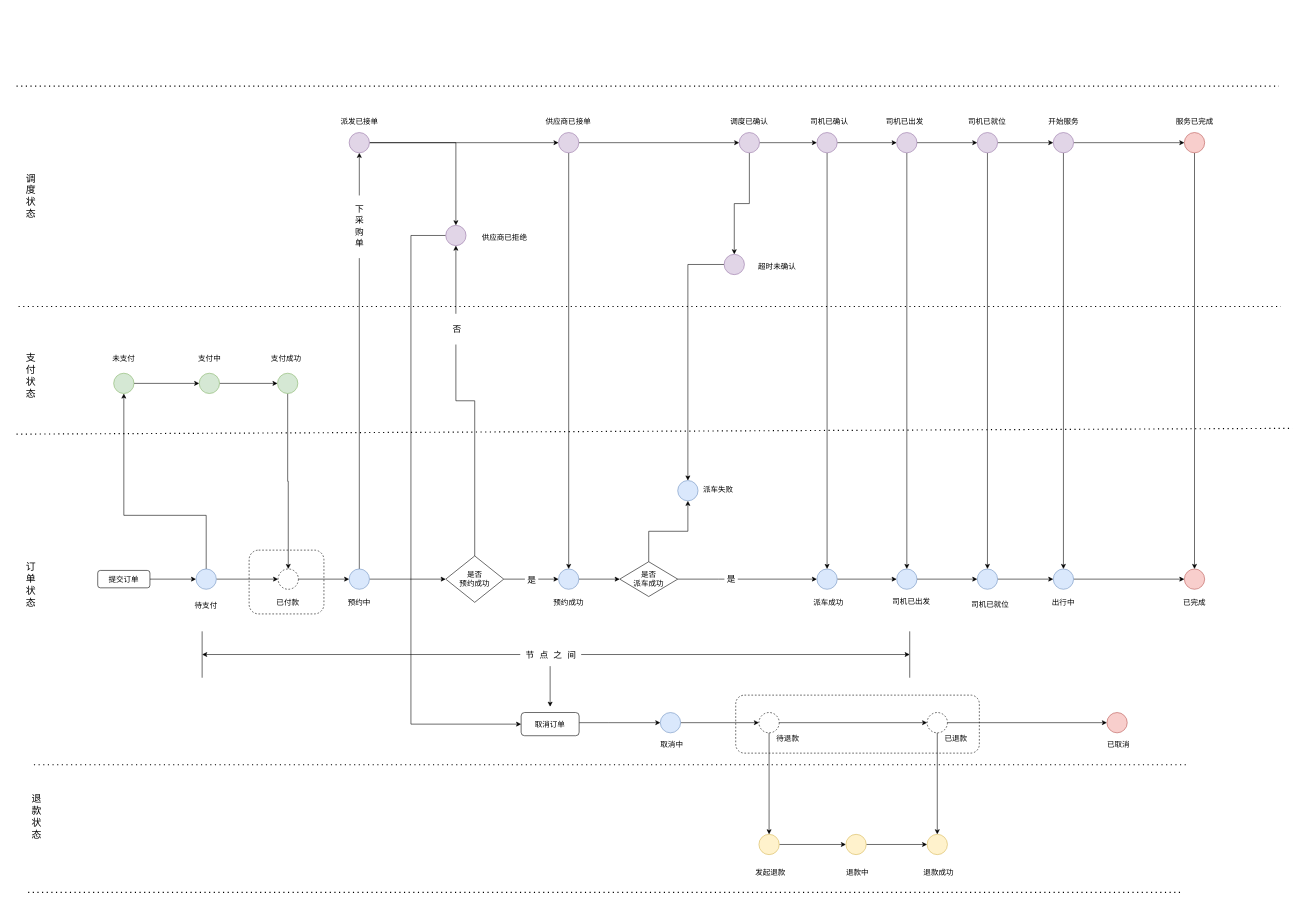
Earlier version of the draw.io diagram 状态机.drawio (nbnbnb/Draw). Source tidied: cells renumbered, new cells numbered last; positions are measured from the earlier drawing's top-left corner, leaving out a move shared by most shapes. Both pictures are drawn from the tidied source at 58%, with x=0, y=0 at pixel (16, 86).
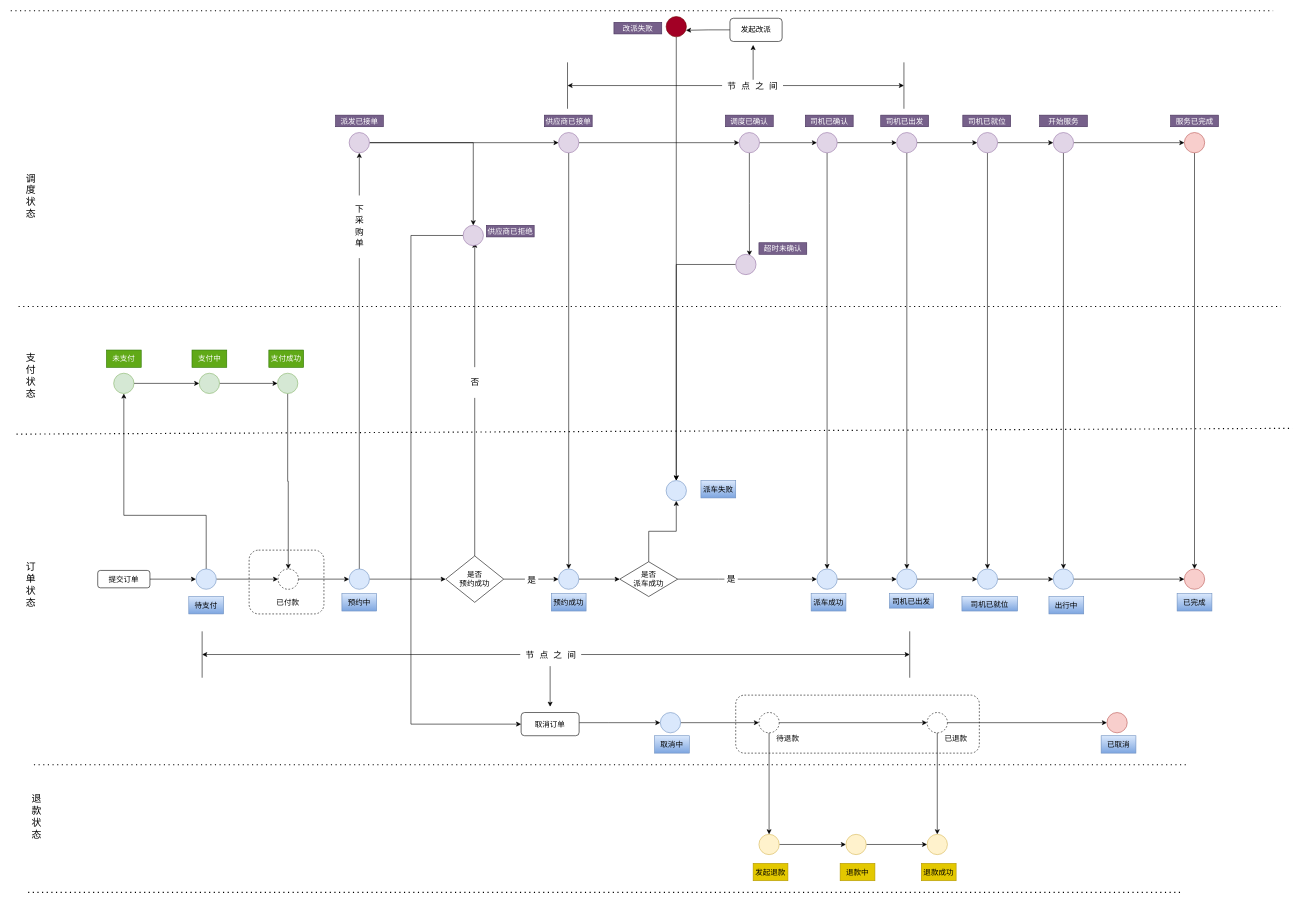
The same page after the edit.

Commit message (it also covers changes not shown here):
更新状态机.drawio

Unchanged cells that the change refers to:
```xml
<mxCell id="24" value="是否&lt;br&gt;预约成功" style="rhombus;whiteSpace=wrap;html=1;fontSize=13;" parent="1" vertex="1">
  <mxGeometry x="740" y="810" width="100" height="80" as="geometry" />
</mxCell>
<mxCell id="66" style="ellipse;whiteSpace=wrap;html=1;fontSize=13;fillColor=#e1d5e7;strokeColor=#9673a6;" parent="1" vertex="1">
  <mxGeometry x="1246" y="80" width="35" height="35" as="geometry" />
</mxCell>
<mxCell id="126" style="ellipse;whiteSpace=wrap;html=1;fontSize=13;fillColor=#e1d5e7;strokeColor=#9673a6;" parent="1" vertex="1">
  <mxGeometry x="1380" y="80" width="35" height="35" as="geometry" />
</mxCell>
```

Change to the diagram source:
```diff
@@
-    <mxCell id="22" style="edgeStyle=orthogonalEdgeStyle;rounded=0;jettySize=auto;html=1;entryX=0.5;entryY=1;entryDx=0;entryDy=0;fontFamily=Lucida Console;fontSize=15;" parent="1" edge="1" source="24" target="87">
+    <mxCell id="22" style="edgeStyle=orthogonalEdgeStyle;rounded=0;jettySize=auto;html=1;entryX=0.571;entryY=0.857;entryDx=0;entryDy=0;entryPerimeter=0;fontFamily=Lucida Console;fontSize=15;" parent="1" edge="1" source="24" target="87">
       <mxGeometry relative="1" as="geometry" />
     </mxCell>
     <mxCell id="23" value="&lt;p style=&quot;line-height: 150%;&quot;&gt;否&lt;/p&gt;" style="edgeLabel;html=1;align=center;verticalAlign=middle;fontSize=15;fontFamily=Lucida Console;" parent="22" vertex="1">
-      <mxGeometry x="0.2" y="-1" relative="1" as="geometry">
-        <mxPoint y="-83" as="offset" />
-      </mxGeometry>
+      <mxGeometry x="0.11" relative="1" as="geometry" />
     </mxCell>
@@
-    <mxCell id="27" value="待支付" style="text;html=1;strokeColor=none;fillColor=none;align=center;verticalAlign=middle;whiteSpace=wrap;rounded=0;fontSize=13;" parent="1" vertex="1">
+    <mxCell id="27" value="待支付" style="text;html=1;strokeColor=#6c8ebf;fillColor=#dae8fc;align=center;verticalAlign=middle;whiteSpace=wrap;rounded=0;fontSize=13;gradientColor=#7ea6e0;" parent="1" vertex="1">
       <mxGeometry x="297" y="880" width="60" height="30" as="geometry" />
     </mxCell>
@@
-    <mxCell id="29" value="预约中" style="text;html=1;strokeColor=none;fillColor=none;align=center;verticalAlign=middle;whiteSpace=wrap;rounded=0;fontSize=13;" parent="1" vertex="1">
+    <mxCell id="29" value="预约中" style="text;html=1;strokeColor=#6c8ebf;fillColor=#dae8fc;align=center;verticalAlign=middle;whiteSpace=wrap;rounded=0;fontSize=13;gradientColor=#7ea6e0;" parent="1" vertex="1">
       <mxGeometry x="561" y="875" width="60" height="30" as="geometry" />
     </mxCell>
-    <mxCell id="30" value="预约成功" style="text;html=1;strokeColor=none;fillColor=none;align=center;verticalAlign=middle;whiteSpace=wrap;rounded=0;fontSize=13;" parent="1" vertex="1">
+    <mxCell id="30" value="预约成功" style="text;html=1;strokeColor=#6c8ebf;fillColor=#dae8fc;align=center;verticalAlign=middle;whiteSpace=wrap;rounded=0;fontSize=13;gradientColor=#7ea6e0;" parent="1" vertex="1">
       <mxGeometry x="922" y="875" width="60" height="30" as="geometry" />
     </mxCell>
@@
-    <mxCell id="37" value="派车成功" style="text;html=1;strokeColor=none;fillColor=none;align=center;verticalAlign=middle;whiteSpace=wrap;rounded=0;fontSize=13;" parent="1" vertex="1">
+    <mxCell id="37" value="派车成功" style="text;html=1;strokeColor=#6c8ebf;fillColor=#dae8fc;align=center;verticalAlign=middle;whiteSpace=wrap;rounded=0;fontSize=13;gradientColor=#7ea6e0;" parent="1" vertex="1">
       <mxGeometry x="1370" y="875" width="60" height="30" as="geometry" />
     </mxCell>
@@
-    <mxCell id="40" value="司机已出发" style="text;html=1;strokeColor=none;fillColor=none;align=center;verticalAlign=middle;whiteSpace=wrap;rounded=0;fontSize=13;" parent="1" vertex="1">
+    <mxCell id="40" value="司机已出发" style="text;html=1;strokeColor=#6c8ebf;fillColor=#dae8fc;align=center;verticalAlign=middle;whiteSpace=wrap;rounded=0;fontSize=13;gradientColor=#7ea6e0;" parent="1" vertex="1">
       <mxGeometry x="1505" y="875" width="76" height="25" as="geometry" />
     </mxCell>
@@
-    <mxCell id="43" value="司机已就位" style="text;html=1;strokeColor=none;fillColor=none;align=center;verticalAlign=middle;whiteSpace=wrap;rounded=0;fontSize=13;" parent="1" vertex="1">
-      <mxGeometry x="1644" y="875" width="70" height="35" as="geometry" />
+    <mxCell id="43" value="司机已就位" style="text;html=1;strokeColor=#6c8ebf;fillColor=#dae8fc;align=center;verticalAlign=middle;whiteSpace=wrap;rounded=0;fontSize=13;gradientColor=#7ea6e0;" parent="1" vertex="1">
+      <mxGeometry x="1630" y="880" width="96" height="25" as="geometry" />
     </mxCell>
@@
-    <mxCell id="46" value="出行中" style="text;html=1;strokeColor=none;fillColor=none;align=center;verticalAlign=middle;whiteSpace=wrap;rounded=0;fontSize=13;" parent="1" vertex="1">
-      <mxGeometry x="1775" y="875" width="60" height="30" as="geometry" />
+    <mxCell id="46" value="出行中" style="text;html=1;strokeColor=#6c8ebf;fillColor=#dae8fc;align=center;verticalAlign=middle;whiteSpace=wrap;rounded=0;fontSize=13;gradientColor=#7ea6e0;" parent="1" vertex="1">
+      <mxGeometry x="1780" y="880" width="60" height="30" as="geometry" />
     </mxCell>
@@
-    <mxCell id="48" value="已完成" style="text;html=1;strokeColor=none;fillColor=none;align=center;verticalAlign=middle;whiteSpace=wrap;rounded=0;fontSize=13;" parent="1" vertex="1">
+    <mxCell id="48" value="已完成" style="text;html=1;strokeColor=#6c8ebf;fillColor=#dae8fc;align=center;verticalAlign=middle;whiteSpace=wrap;rounded=0;fontSize=13;gradientColor=#7ea6e0;" parent="1" vertex="1">
       <mxGeometry x="2001" y="875" width="60" height="30" as="geometry" />
     </mxCell>
@@
-    <mxCell id="51" value="未支付" style="text;html=1;strokeColor=none;fillColor=none;align=center;verticalAlign=middle;whiteSpace=wrap;rounded=0;fontSize=13;" parent="1" vertex="1">
+    <mxCell id="51" value="未支付" style="text;html=1;strokeColor=#2D7600;fillColor=#60a917;align=center;verticalAlign=middle;whiteSpace=wrap;rounded=0;fontSize=13;fontColor=#ffffff;" parent="1" vertex="1">
       <mxGeometry x="155" y="455" width="60" height="30" as="geometry" />
     </mxCell>
@@
-    <mxCell id="56" value="支付中" style="text;html=1;strokeColor=none;fillColor=none;align=center;verticalAlign=middle;whiteSpace=wrap;rounded=0;fontSize=13;" parent="1" vertex="1">
+    <mxCell id="56" value="支付中" style="text;html=1;strokeColor=#2D7600;fillColor=#60a917;align=center;verticalAlign=middle;whiteSpace=wrap;rounded=0;fontSize=13;fontColor=#ffffff;" parent="1" vertex="1">
       <mxGeometry x="302.5" y="455" width="60" height="30" as="geometry" />
     </mxCell>
-    <mxCell id="57" value="支付成功" style="text;html=1;strokeColor=none;fillColor=none;align=center;verticalAlign=middle;whiteSpace=wrap;rounded=0;fontSize=13;" parent="1" vertex="1">
+    <mxCell id="57" value="支付成功" style="text;html=1;strokeColor=#2D7600;fillColor=#60a917;align=center;verticalAlign=middle;whiteSpace=wrap;rounded=0;fontSize=13;fontColor=#ffffff;" parent="1" vertex="1">
       <mxGeometry x="435" y="455" width="60" height="30" as="geometry" />
     </mxCell>
@@
+    <mxCell id="65" style="edgeStyle=orthogonalEdgeStyle;rounded=0;jettySize=auto;html=1;entryX=0;entryY=0.5;entryDx=0;entryDy=0;fontFamily=Lucida Console;fontSize=15;" parent="1" edge="1" source="66" target="126">
+      <mxGeometry relative="1" as="geometry" />
+    </mxCell>
-    <mxCell id="64" style="edgeStyle=orthogonalEdgeStyle;rounded=0;jettySize=auto;html=1;entryX=0.5;entryY=0;entryDx=0;entryDy=0;fontFamily=Lucida Console;fontSize=15;" parent="1" edge="1" source="66" target="122">
+    <mxCell id="64" style="edgeStyle=orthogonalEdgeStyle;rounded=0;jettySize=auto;html=1;entryX=0.676;entryY=0.064;entryDx=0;entryDy=0;entryPerimeter=0;fontFamily=Lucida Console;fontSize=15;" parent="1" edge="1" source="66" target="122">
       <mxGeometry relative="1" as="geometry" />
     </mxCell>
-    <mxCell id="65" style="edgeStyle=orthogonalEdgeStyle;rounded=0;jettySize=auto;html=1;entryX=0;entryY=0.5;entryDx=0;entryDy=0;fontFamily=Lucida Console;fontSize=15;" parent="1" edge="1" source="66" target="126">
-      <mxGeometry relative="1" as="geometry" />
-    </mxCell>
@@
-    <mxCell id="78" value="调度已确认" style="text;html=1;strokeColor=none;fillColor=none;align=center;verticalAlign=middle;whiteSpace=wrap;rounded=0;fontSize=13;" parent="1" vertex="1">
+    <mxCell id="78" value="调度已确认" style="text;html=1;strokeColor=#432D57;fillColor=#76608a;align=center;verticalAlign=middle;whiteSpace=wrap;rounded=0;fontSize=13;fontColor=#ffffff;" parent="1" vertex="1">
       <mxGeometry x="1222.2" y="50" width="82.5" height="20" as="geometry" />
     </mxCell>
-    <mxCell id="79" value="司机已出发" style="text;html=1;strokeColor=none;fillColor=none;align=center;verticalAlign=middle;whiteSpace=wrap;rounded=0;fontSize=13;" parent="1" vertex="1">
+    <mxCell id="79" value="司机已出发" style="text;html=1;strokeColor=#432D57;fillColor=#76608a;align=center;verticalAlign=middle;whiteSpace=wrap;rounded=0;fontSize=13;fontColor=#ffffff;" parent="1" vertex="1">
       <mxGeometry x="1490" y="50" width="82.5" height="20" as="geometry" />
     </mxCell>
-    <mxCell id="80" value="司机已就位" style="text;html=1;strokeColor=none;fillColor=none;align=center;verticalAlign=middle;whiteSpace=wrap;rounded=0;fontSize=13;" parent="1" vertex="1">
+    <mxCell id="80" value="司机已就位" style="text;html=1;strokeColor=#432D57;fillColor=#76608a;align=center;verticalAlign=middle;whiteSpace=wrap;rounded=0;fontSize=13;fontColor=#ffffff;" parent="1" vertex="1">
       <mxGeometry x="1631.5" y="50" width="82.5" height="20" as="geometry" />
     </mxCell>
-    <mxCell id="81" value="开始服务" style="text;html=1;strokeColor=none;fillColor=none;align=center;verticalAlign=middle;whiteSpace=wrap;rounded=0;fontSize=13;" parent="1" vertex="1">
+    <mxCell id="81" value="开始服务" style="text;html=1;strokeColor=#432D57;fillColor=#76608a;align=center;verticalAlign=middle;whiteSpace=wrap;rounded=0;fontSize=13;fontColor=#ffffff;" parent="1" vertex="1">
       <mxGeometry x="1763.8" y="50" width="82.5" height="20" as="geometry" />
     </mxCell>
-    <mxCell id="82" value="服务已完成" style="text;html=1;strokeColor=none;fillColor=none;align=center;verticalAlign=middle;whiteSpace=wrap;rounded=0;fontSize=13;" parent="1" vertex="1">
+    <mxCell id="82" value="服务已完成" style="text;html=1;strokeColor=#432D57;fillColor=#76608a;align=center;verticalAlign=middle;whiteSpace=wrap;rounded=0;fontSize=13;fontColor=#ffffff;" parent="1" vertex="1">
       <mxGeometry x="1989.8" y="50" width="82.5" height="20" as="geometry" />
     </mxCell>
-    <mxCell id="83" value="派发已接单" style="text;html=1;strokeColor=none;fillColor=none;align=center;verticalAlign=middle;whiteSpace=wrap;rounded=0;fontSize=13;fontFamily=Lucida Console;" parent="1" vertex="1">
+    <mxCell id="83" value="派发已接单" style="text;html=1;strokeColor=#432D57;fillColor=#76608a;align=center;verticalAlign=middle;whiteSpace=wrap;rounded=0;fontSize=13;fontFamily=Lucida Console;fontColor=#ffffff;" parent="1" vertex="1">
       <mxGeometry x="550" y="50" width="82.5" height="20" as="geometry" />
     </mxCell>
-    <mxCell id="84" value="供应商已接单" style="text;html=1;strokeColor=none;fillColor=none;align=center;verticalAlign=middle;whiteSpace=wrap;rounded=0;fontSize=13;fontFamily=Lucida Console;" parent="1" vertex="1">
+    <mxCell id="84" value="供应商已接单" style="text;html=1;strokeColor=#432D57;fillColor=#76608a;align=center;verticalAlign=middle;whiteSpace=wrap;rounded=0;fontSize=13;fontFamily=Lucida Console;fontColor=#ffffff;" parent="1" vertex="1">
       <mxGeometry x="910" y="50" width="82.5" height="20" as="geometry" />
     </mxCell>
-    <mxCell id="85" value="供应商已拒绝" style="text;html=1;strokeColor=none;fillColor=none;align=center;verticalAlign=middle;whiteSpace=wrap;rounded=0;fontSize=13;fontFamily=Lucida Console;" parent="1" vertex="1">
-      <mxGeometry x="800" y="250" width="82.5" height="20" as="geometry" />
+    <mxCell id="85" value="供应商已拒绝" style="text;html=1;strokeColor=#432D57;fillColor=#76608a;align=center;verticalAlign=middle;whiteSpace=wrap;rounded=0;fontSize=13;fontFamily=Lucida Console;fontColor=#ffffff;" parent="1" vertex="1">
+      <mxGeometry x="810" y="240" width="82.5" height="20" as="geometry" />
     </mxCell>
@@
     <mxCell id="87" style="ellipse;whiteSpace=wrap;html=1;fontSize=13;fillColor=#e1d5e7;strokeColor=#9673a6;" parent="1" vertex="1">
-      <mxGeometry x="740" y="240" width="35" height="35" as="geometry" />
+      <mxGeometry x="770" y="240" width="35" height="35" as="geometry" />
     </mxCell>
@@
-    <mxCell id="104" value="已取消" style="text;html=1;strokeColor=none;fillColor=none;align=center;verticalAlign=middle;whiteSpace=wrap;rounded=0;fontSize=13;" parent="1" vertex="1">
+    <mxCell id="104" value="已取消" style="text;html=1;strokeColor=#6c8ebf;fillColor=#dae8fc;align=center;verticalAlign=middle;whiteSpace=wrap;rounded=0;fontSize=13;gradientColor=#7ea6e0;" parent="1" vertex="1">
       <mxGeometry x="1870" y="1120" width="60" height="30" as="geometry" />
     </mxCell>
-    <mxCell id="105" value="取消中" style="text;html=1;strokeColor=none;fillColor=none;align=center;verticalAlign=middle;whiteSpace=wrap;rounded=0;fontSize=13;" parent="1" vertex="1">
+    <mxCell id="105" value="取消中" style="text;html=1;strokeColor=#6c8ebf;fillColor=#dae8fc;align=center;verticalAlign=middle;whiteSpace=wrap;rounded=0;fontSize=13;gradientColor=#7ea6e0;" parent="1" vertex="1">
       <mxGeometry x="1100" y="1120" width="60" height="30" as="geometry" />
     </mxCell>
@@
-    <mxCell id="115" value="发起退款" style="text;html=1;strokeColor=none;fillColor=none;align=center;verticalAlign=middle;whiteSpace=wrap;rounded=0;fontSize=13;" parent="1" vertex="1">
+    <mxCell id="115" value="发起退款" style="text;html=1;strokeColor=#B09500;fillColor=#e3c800;align=center;verticalAlign=middle;whiteSpace=wrap;rounded=0;fontSize=13;fontColor=#000000;" parent="1" vertex="1">
       <mxGeometry x="1270" y="1340" width="60" height="30" as="geometry" />
     </mxCell>
-    <mxCell id="116" value="退款中" style="text;html=1;strokeColor=none;fillColor=none;align=center;verticalAlign=middle;whiteSpace=wrap;rounded=0;fontSize=13;" parent="1" vertex="1">
+    <mxCell id="116" value="退款中" style="text;html=1;strokeColor=#B09500;fillColor=#e3c800;align=center;verticalAlign=middle;whiteSpace=wrap;rounded=0;fontSize=13;fontColor=#000000;" parent="1" vertex="1">
       <mxGeometry x="1420" y="1340" width="60" height="30" as="geometry" />
     </mxCell>
-    <mxCell id="117" value="退款成功" style="text;html=1;strokeColor=none;fillColor=none;align=center;verticalAlign=middle;whiteSpace=wrap;rounded=0;fontSize=13;" parent="1" vertex="1">
+    <mxCell id="117" value="退款成功" style="text;html=1;strokeColor=#B09500;fillColor=#e3c800;align=center;verticalAlign=middle;whiteSpace=wrap;rounded=0;fontSize=13;fontColor=#000000;" parent="1" vertex="1">
       <mxGeometry x="1560" y="1340" width="60" height="30" as="geometry" />
     </mxCell>
@@
     <mxCell id="119" style="ellipse;whiteSpace=wrap;html=1;fontSize=13;fillColor=#dae8fc;strokeColor=#6c8ebf;" parent="1" vertex="1">
-      <mxGeometry x="1140" y="680" width="35" height="35" as="geometry" />
+      <mxGeometry x="1120" y="680" width="35" height="35" as="geometry" />
     </mxCell>
-    <mxCell id="120" value="派车失败" style="text;html=1;strokeColor=none;fillColor=none;align=center;verticalAlign=middle;whiteSpace=wrap;rounded=0;fontSize=13;" parent="1" vertex="1">
+    <mxCell id="120" value="派车失败" style="text;html=1;strokeColor=#6c8ebf;fillColor=#dae8fc;align=center;verticalAlign=middle;whiteSpace=wrap;rounded=0;fontSize=13;gradientColor=#7ea6e0;" parent="1" vertex="1">
       <mxGeometry x="1180" y="680" width="60" height="30" as="geometry" />
     </mxCell>
@@
     <mxCell id="122" style="ellipse;whiteSpace=wrap;html=1;fontSize=13;fillColor=#e1d5e7;strokeColor=#9673a6;" parent="1" vertex="1">
-      <mxGeometry x="1220" y="290" width="35" height="35" as="geometry" />
+      <mxGeometry x="1240" y="290" width="35" height="35" as="geometry" />
     </mxCell>
-    <mxCell id="123" value="超时未确认" style="text;html=1;strokeColor=none;fillColor=none;align=center;verticalAlign=middle;whiteSpace=wrap;rounded=0;fontSize=13;" parent="1" vertex="1">
-      <mxGeometry x="1270" y="300" width="82.5" height="20" as="geometry" />
+    <mxCell id="123" value="超时未确认" style="text;html=1;strokeColor=#432D57;fillColor=#76608a;align=center;verticalAlign=middle;whiteSpace=wrap;rounded=0;fontSize=13;fontColor=#ffffff;" parent="1" vertex="1">
+      <mxGeometry x="1280" y="270" width="82.5" height="20" as="geometry" />
     </mxCell>
@@
-    <mxCell id="127" value="司机已确认" style="text;html=1;strokeColor=none;fillColor=none;align=center;verticalAlign=middle;whiteSpace=wrap;rounded=0;fontSize=13;" parent="1" vertex="1">
+    <mxCell id="127" value="司机已确认" style="text;html=1;strokeColor=#432D57;fillColor=#76608a;align=center;verticalAlign=middle;whiteSpace=wrap;rounded=0;fontSize=13;fontColor=#ffffff;" parent="1" vertex="1">
       <mxGeometry x="1360" y="50" width="82.5" height="20" as="geometry" />
     </mxCell>
     <mxCell id="128" style="endArrow=none;dashed=1;html=1;dashPattern=1 3;strokeWidth=2;rounded=0;" parent="1" edge="1">
       <mxGeometry relative="1" as="geometry">
-        <mxPoint as="sourcePoint" />
-        <mxPoint x="2176.5" as="targetPoint" />
+        <mxPoint x="-10" y="-130" as="sourcePoint" />
+        <mxPoint x="2166.5" y="-130" as="targetPoint" />
       </mxGeometry>
     </mxCell>
+    <mxCell id="129" style="endArrow=none;html=1;rounded=0;fontFamily=Lucida Console;fontSize=15;" parent="1" edge="1">
+      <mxGeometry relative="1" as="geometry">
+        <mxPoint x="950" y="39" as="sourcePoint" />
+        <mxPoint x="950" y="-41" as="targetPoint" />
+      </mxGeometry>
+    </mxCell>
+    <mxCell id="130" style="endArrow=none;html=1;rounded=0;fontFamily=Lucida Console;fontSize=15;" parent="1" edge="1">
+      <mxGeometry relative="1" as="geometry">
+        <mxPoint x="1530" y="39" as="sourcePoint" />
+        <mxPoint x="1530" y="-41" as="targetPoint" />
+      </mxGeometry>
+    </mxCell>
+    <mxCell id="131" style="endArrow=classic;startArrow=classic;html=1;rounded=0;fontFamily=Lucida Console;fontSize=15;" parent="1" edge="1">
+      <mxGeometry relative="1" as="geometry">
+        <mxPoint x="950" y="-1" as="sourcePoint" />
+        <mxPoint x="1530" y="-1" as="targetPoint" />
+      </mxGeometry>
+    </mxCell>
+    <mxCell id="132" value="&amp;nbsp;节 点 之 间&amp;nbsp;" style="edgeLabel;html=1;align=center;verticalAlign=middle;fontSize=15;fontFamily=Lucida Console;spacingLeft=9;spacingRight=9;" parent="131" vertex="1">
+      <mxGeometry x="-0.12" relative="1" as="geometry">
+        <mxPoint x="63" as="offset" />
+      </mxGeometry>
+    </mxCell>
+    <mxCell id="133" style="edgeStyle=orthogonalEdgeStyle;rounded=0;jettySize=auto;html=1;entryX=0.978;entryY=0.679;entryDx=0;entryDy=0;entryPerimeter=0;fontFamily=Lucida Console;fontSize=15;" parent="1" edge="1" source="134" target="136">
+      <mxGeometry relative="1" as="geometry" />
+    </mxCell>
+    <mxCell id="134" value="发起改派" style="rounded=1;whiteSpace=wrap;html=1;fontSize=13;" parent="1" vertex="1">
+      <mxGeometry x="1230" y="-117" width="90" height="40" as="geometry" />
+    </mxCell>
+    <mxCell id="135" style="edgeStyle=orthogonalEdgeStyle;rounded=0;jettySize=auto;html=1;fontFamily=Lucida Console;fontSize=15;" parent="1" edge="1" source="136" target="119">
+      <mxGeometry relative="1" as="geometry" />
+    </mxCell>
+    <mxCell id="136" style="ellipse;whiteSpace=wrap;html=1;fontSize=13;fillColor=#a20025;strokeColor=#6F0000;fontColor=#ffffff;" parent="1" vertex="1">
+      <mxGeometry x="1120" y="-120" width="35" height="35" as="geometry" />
+    </mxCell>
+    <mxCell id="137" value="改派失败" style="text;html=1;strokeColor=#432D57;fillColor=#76608a;align=center;verticalAlign=middle;whiteSpace=wrap;rounded=0;fontSize=13;fontColor=#ffffff;" parent="1" vertex="1">
+      <mxGeometry x="1030" y="-110" width="82.5" height="20" as="geometry" />
+    </mxCell>
+    <mxCell id="138" style="endArrow=classic;html=1;rounded=0;fontFamily=Lucida Console;fontSize=15;" parent="1" edge="1">
+      <mxGeometry relative="1" as="geometry">
+        <mxPoint x="1270" y="-11" as="sourcePoint" />
+        <mxPoint x="1270" y="-71" as="targetPoint" />
+      </mxGeometry>
+    </mxCell>
```
